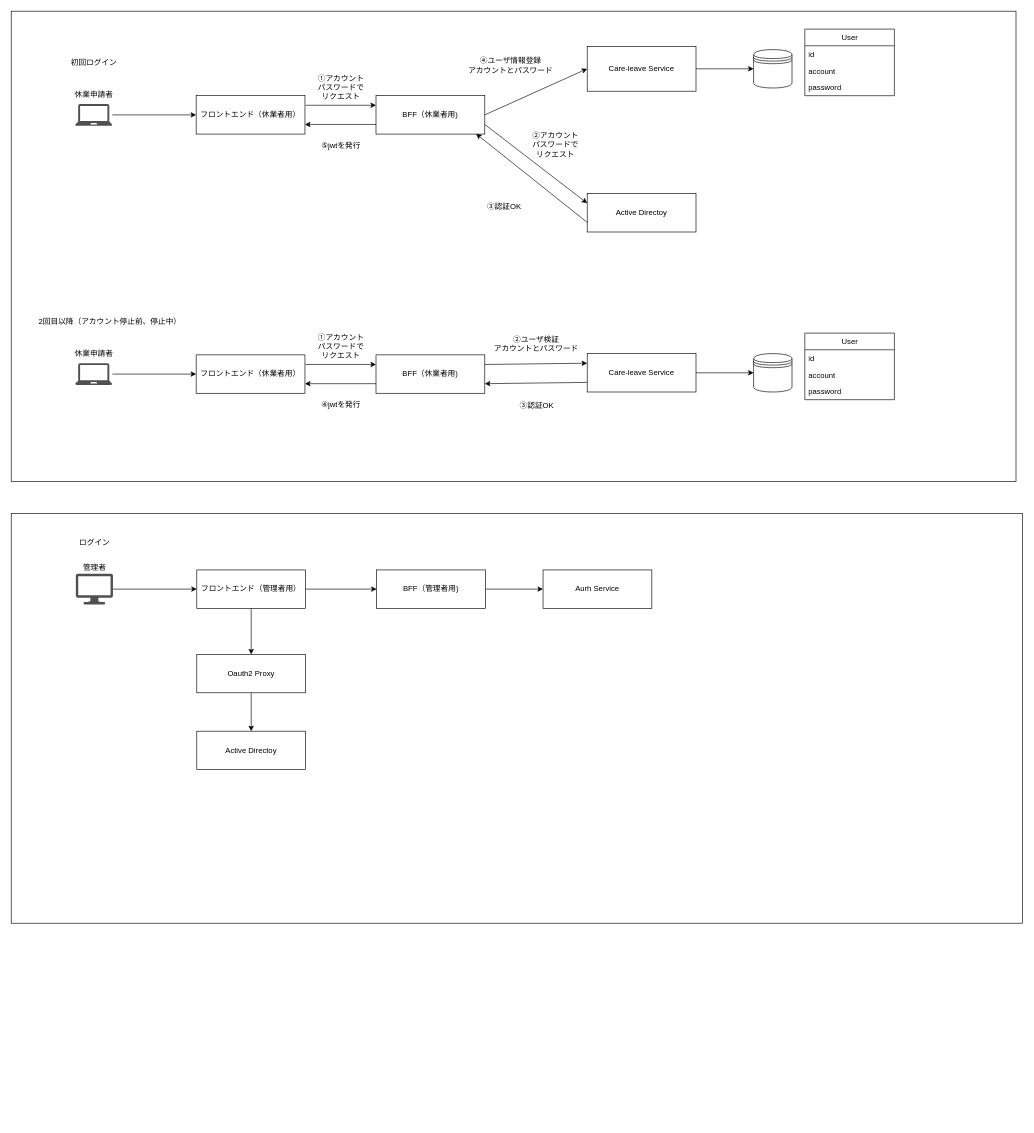
The draw.io diagram 衛生管理/認証方法.dio in Nke0628/document, before the edit. Source tidied: cells renumbered, new cells numbered last; positions are measured from the earlier drawing's top-left corner, leaving out a move shared by most shapes. Both pictures are drawn from the tidied source at 64%, with x=0, y=0 at pixel (11, 11).
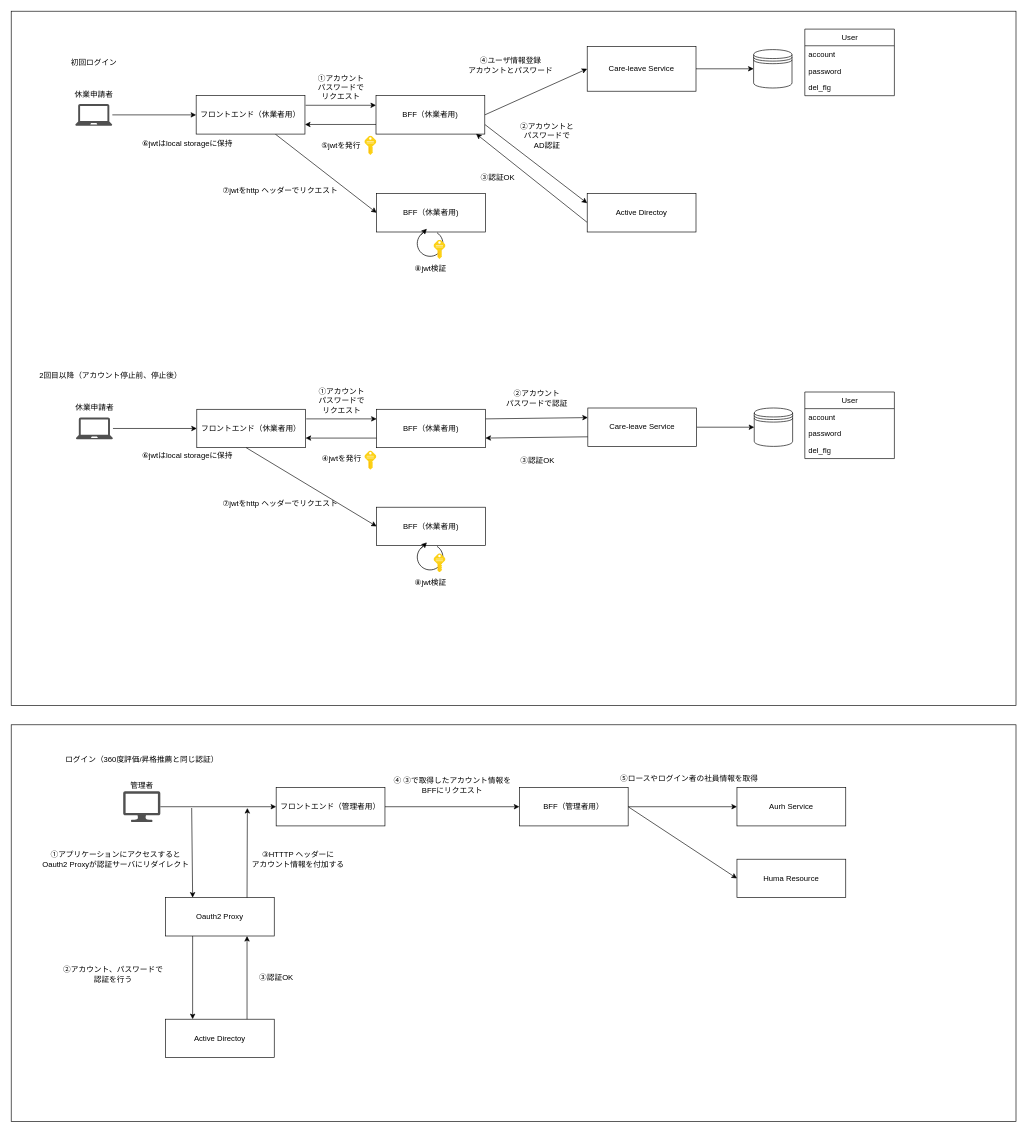
The same page after the edit.

Unchanged cells that the change refers to:
```xml
<mxCell id="11" value="フロントエンド（休業者用）" style="rounded=0;whiteSpace=wrap;html=1;" parent="1" vertex="1">
  <mxGeometry x="289" y="132" width="170" height="60" as="geometry" />
</mxCell>
<mxCell id="30" value="User" style="swimlane;fontStyle=0;horizontal=1;startSize=26;fillColor=none;html=1;" parent="1" vertex="1">
  <mxGeometry x="1240" y="28" width="140" height="104" as="geometry" />
</mxCell>
```

Change to the diagram source:
```diff
@@
-    <mxCell id="2" style="rounded=0;whiteSpace=wrap;html=1;" parent="1" vertex="1">
-      <mxGeometry y="785" width="1580" height="640" as="geometry" />
-    </mxCell>
     <mxCell id="3" style="rounded=0;whiteSpace=wrap;html=1;" parent="1" vertex="1">
-      <mxGeometry width="1570" height="735" as="geometry" />
+      <mxGeometry width="1570" height="1085" as="geometry" />
     </mxCell>
@@
-    <mxCell id="7" style="edgeStyle=none;html=1;" parent="1" edge="1" source="8" target="19">
-      <mxGeometry relative="1" as="geometry" />
-    </mxCell>
-    <mxCell id="8" style="sketch=0;shadow=0;dashed=0;html=1;strokeColor=none;fillColor=#505050;labelPosition=center;verticalLabelPosition=bottom;verticalAlign=top;outlineConnect=0;align=center;shape=mxgraph.office.devices.lcd_monitor;" parent="1" vertex="1">
-      <mxGeometry x="101" y="879" width="58" height="48" as="geometry" />
-    </mxCell>
-    <mxCell id="9" value="管理者" style="text;html=1;align=center;verticalAlign=middle;strokeColor=none;fillColor=none;" parent="1" vertex="1">
-      <mxGeometry x="100" y="855" width="60" height="30" as="geometry" />
-    </mxCell>
@@
+    <mxCell id="62" style="edgeStyle=none;html=1;entryX=0;entryY=0.5;entryDx=0;entryDy=0;" parent="1" edge="1" source="11" target="63">
+      <mxGeometry relative="1" as="geometry" />
+    </mxCell>
@@
-    <mxCell id="12" style="edgeStyle=none;html=1;entryX=0.5;entryY=0;entryDx=0;entryDy=0;" parent="1" edge="1" target="14">
-      <mxGeometry relative="1" as="geometry">
-        <mxPoint x="375" y="933" as="sourcePoint" />
-      </mxGeometry>
-    </mxCell>
-    <mxCell id="13" style="edgeStyle=none;html=1;entryX=0.5;entryY=0;entryDx=0;entryDy=0;" parent="1" edge="1" source="14" target="15">
-      <mxGeometry relative="1" as="geometry" />
-    </mxCell>
-    <mxCell id="14" value="Oauth2 Proxy" style="rounded=0;whiteSpace=wrap;html=1;" parent="1" vertex="1">
-      <mxGeometry x="290" y="1005" width="170" height="60" as="geometry" />
-    </mxCell>
-    <mxCell id="15" value="Active Directoy" style="rounded=0;whiteSpace=wrap;html=1;" parent="1" vertex="1">
-      <mxGeometry x="290" y="1125" width="170" height="60" as="geometry" />
-    </mxCell>
-    <mxCell id="16" style="edgeStyle=none;html=1;entryX=0;entryY=0.5;entryDx=0;entryDy=0;" parent="1" edge="1" source="17" target="20">
-      <mxGeometry relative="1" as="geometry" />
-    </mxCell>
-    <mxCell id="17" value="BFF（管理者用)" style="rounded=0;whiteSpace=wrap;html=1;" parent="1" vertex="1">
-      <mxGeometry x="571" y="873" width="170" height="60" as="geometry" />
-    </mxCell>
-    <mxCell id="18" style="edgeStyle=none;html=1;entryX=0;entryY=0.5;entryDx=0;entryDy=0;" parent="1" edge="1" source="19" target="17">
-      <mxGeometry relative="1" as="geometry" />
-    </mxCell>
-    <mxCell id="19" value="フロントエンド（管理者用）" style="rounded=0;whiteSpace=wrap;html=1;" parent="1" vertex="1">
-      <mxGeometry x="290" y="873" width="170" height="60" as="geometry" />
-    </mxCell>
-    <mxCell id="20" value="Aurh Service" style="rounded=0;whiteSpace=wrap;html=1;" parent="1" vertex="1">
-      <mxGeometry x="831" y="873" width="170" height="60" as="geometry" />
-    </mxCell>
@@
-    <mxCell id="31" value="id" style="text;strokeColor=none;fillColor=none;align=left;verticalAlign=top;spacingLeft=4;spacingRight=4;overflow=hidden;whiteSpace=wrap;html=1;" parent="30" vertex="1">
+    <mxCell id="31" value="account" style="text;strokeColor=none;fillColor=none;align=left;verticalAlign=top;spacingLeft=4;spacingRight=4;overflow=hidden;whiteSpace=wrap;html=1;" parent="30" vertex="1">
       <mxGeometry y="26" width="140" height="26" as="geometry" />
     </mxCell>
-    <mxCell id="32" value="account" style="text;strokeColor=none;fillColor=none;align=left;verticalAlign=top;spacingLeft=4;spacingRight=4;overflow=hidden;whiteSpace=wrap;html=1;" parent="30" vertex="1">
+    <mxCell id="32" value="password" style="text;strokeColor=none;fillColor=none;align=left;verticalAlign=top;spacingLeft=4;spacingRight=4;overflow=hidden;whiteSpace=wrap;html=1;" parent="30" vertex="1">
       <mxGeometry y="52" width="140" height="26" as="geometry" />
     </mxCell>
-    <mxCell id="33" value="password" style="text;strokeColor=none;fillColor=none;align=left;verticalAlign=top;spacingLeft=4;spacingRight=4;overflow=hidden;whiteSpace=wrap;html=1;" parent="30" vertex="1">
+    <mxCell id="33" value="del_flg" style="text;strokeColor=none;fillColor=none;align=left;verticalAlign=top;spacingLeft=4;spacingRight=4;overflow=hidden;whiteSpace=wrap;html=1;" parent="30" vertex="1">
       <mxGeometry y="78" width="140" height="26" as="geometry" />
     </mxCell>
@@
-    <mxCell id="36" value="②アカウント&lt;br&gt;パスワードで&lt;br&gt;リクエスト" style="text;html=1;align=center;verticalAlign=middle;strokeColor=none;fillColor=none;" parent="1" vertex="1">
-      <mxGeometry x="800" y="179" width="100" height="60" as="geometry" />
+    <mxCell id="36" value="②アカウントと&lt;br&gt;パスワードで&lt;br&gt;AD認証" style="text;html=1;align=center;verticalAlign=middle;strokeColor=none;fillColor=none;" parent="1" vertex="1">
+      <mxGeometry x="782" y="165" width="110" height="60" as="geometry" />
     </mxCell>
     <mxCell id="37" value="③認証OK" style="text;html=1;align=center;verticalAlign=middle;strokeColor=none;fillColor=none;" parent="1" vertex="1">
-      <mxGeometry x="730" y="290" width="80" height="30" as="geometry" />
+      <mxGeometry x="720" y="245" width="80" height="30" as="geometry" />
     </mxCell>
@@
     <mxCell id="41" style="sketch=0;shadow=0;dashed=0;html=1;strokeColor=none;fillColor=#505050;labelPosition=center;verticalLabelPosition=bottom;verticalAlign=top;outlineConnect=0;align=center;shape=mxgraph.office.devices.laptop;" parent="1" vertex="1">
-      <mxGeometry x="100" y="550" width="58" height="34" as="geometry" />
+      <mxGeometry x="101" y="635" width="58" height="34" as="geometry" />
     </mxCell>
     <mxCell id="42" value="休業申請者" style="text;html=1;align=center;verticalAlign=middle;strokeColor=none;fillColor=none;" parent="1" vertex="1">
-      <mxGeometry x="89" y="520" width="80" height="30" as="geometry" />
+      <mxGeometry x="90" y="605" width="80" height="30" as="geometry" />
     </mxCell>
     <mxCell id="43" style="edgeStyle=none;html=1;entryX=0;entryY=0.25;entryDx=0;entryDy=0;" parent="1" edge="1" target="47">
       <mxGeometry relative="1" as="geometry">
-        <mxPoint x="460" y="552" as="sourcePoint" />
+        <mxPoint x="461" y="637" as="sourcePoint" />
       </mxGeometry>
     </mxCell>
     <mxCell id="44" value="フロントエンド（休業者用）" style="rounded=0;whiteSpace=wrap;html=1;" parent="1" vertex="1">
-      <mxGeometry x="289" y="537" width="170" height="60" as="geometry" />
+      <mxGeometry x="290" y="622" width="170" height="60" as="geometry" />
     </mxCell>
@@
     <mxCell id="47" value="BFF（休業者用)" style="rounded=0;whiteSpace=wrap;html=1;" parent="1" vertex="1">
-      <mxGeometry x="570" y="537" width="170" height="60" as="geometry" />
+      <mxGeometry x="571" y="622" width="170" height="60" as="geometry" />
     </mxCell>
@@
     <mxCell id="50" value="Care-leave Service" style="rounded=0;whiteSpace=wrap;html=1;" parent="1" vertex="1">
-      <mxGeometry x="900" y="535" width="170" height="60" as="geometry" />
+      <mxGeometry x="901" y="620" width="170" height="60" as="geometry" />
     </mxCell>
     <mxCell id="51" style="shape=datastore;whiteSpace=wrap;html=1;" parent="1" vertex="1">
-      <mxGeometry x="1160" y="535" width="60" height="60" as="geometry" />
+      <mxGeometry x="1161" y="620" width="60" height="60" as="geometry" />
     </mxCell>
-    <mxCell id="52" value="User" style="swimlane;fontStyle=0;horizontal=1;startSize=26;fillColor=none;html=1;" parent="1" vertex="1">
-      <mxGeometry x="1240" y="503" width="140" height="104" as="geometry" />
-    </mxCell>
-    <mxCell id="53" value="id" style="text;strokeColor=none;fillColor=none;align=left;verticalAlign=top;spacingLeft=4;spacingRight=4;overflow=hidden;whiteSpace=wrap;html=1;" parent="52" vertex="1">
-      <mxGeometry y="26" width="140" height="26" as="geometry" />
-    </mxCell>
-    <mxCell id="54" value="account" style="text;strokeColor=none;fillColor=none;align=left;verticalAlign=top;spacingLeft=4;spacingRight=4;overflow=hidden;whiteSpace=wrap;html=1;" parent="52" vertex="1">
-      <mxGeometry y="52" width="140" height="26" as="geometry" />
-    </mxCell>
-    <mxCell id="55" value="password" style="text;strokeColor=none;fillColor=none;align=left;verticalAlign=top;spacingLeft=4;spacingRight=4;overflow=hidden;whiteSpace=wrap;html=1;" parent="52" vertex="1">
-      <mxGeometry y="78" width="140" height="26" as="geometry" />
-    </mxCell>
     <mxCell id="56" value="①アカウント&lt;br&gt;パスワードで&lt;br&gt;リクエスト" style="text;html=1;align=center;verticalAlign=middle;strokeColor=none;fillColor=none;" parent="1" vertex="1">
-      <mxGeometry x="465" y="494" width="100" height="60" as="geometry" />
+      <mxGeometry x="466" y="579" width="100" height="60" as="geometry" />
     </mxCell>
     <mxCell id="57" value="④jwtを発行" style="text;html=1;align=center;verticalAlign=middle;strokeColor=none;fillColor=none;" parent="1" vertex="1">
-      <mxGeometry x="470" y="600" width="90" height="30" as="geometry" />
+      <mxGeometry x="471" y="685" width="90" height="30" as="geometry" />
     </mxCell>
-    <mxCell id="58" value="②ユーザ検証&lt;br&gt;アカウントとパスワード" style="text;html=1;align=center;verticalAlign=middle;strokeColor=none;fillColor=none;" parent="1" vertex="1">
-      <mxGeometry x="740" y="500" width="160" height="40" as="geometry" />
+    <mxCell id="58" value="②アカウント&lt;br&gt;パスワードで認証" style="text;html=1;align=center;verticalAlign=middle;strokeColor=none;fillColor=none;" parent="1" vertex="1">
+      <mxGeometry x="761" y="585" width="120" height="40" as="geometry" />
     </mxCell>
-    <mxCell id="59" value="2回目以降（アカウント停止前、停止中）" style="text;html=1;align=center;verticalAlign=middle;strokeColor=none;fillColor=none;" parent="1" vertex="1">
-      <mxGeometry x="29" y="470" width="250" height="30" as="geometry" />
+    <mxCell id="59" value="2回目以降（アカウント停止前、停止後）" style="text;html=1;align=center;verticalAlign=middle;strokeColor=none;fillColor=none;" parent="1" vertex="1">
+      <mxGeometry x="30" y="555" width="250" height="30" as="geometry" />
     </mxCell>
-    <mxCell id="60" value="ログイン" style="text;html=1;align=center;verticalAlign=middle;strokeColor=none;fillColor=none;" parent="1" vertex="1">
-      <mxGeometry x="95" y="815" width="70" height="30" as="geometry" />
-    </mxCell>
     <mxCell id="61" value="③認証OK" style="text;html=1;align=center;verticalAlign=middle;strokeColor=none;fillColor=none;" parent="1" vertex="1">
-      <mxGeometry x="781" y="602" width="80" height="30" as="geometry" />
+      <mxGeometry x="782" y="687" width="80" height="30" as="geometry" />
     </mxCell>
+    <mxCell id="63" value="BFF（休業者用)" style="rounded=0;whiteSpace=wrap;html=1;" parent="1" vertex="1">
+      <mxGeometry x="571" y="285" width="170" height="60" as="geometry" />
+    </mxCell>
+    <mxCell id="64" value="⑥jwtはlocal storageに保持" style="text;html=1;align=center;verticalAlign=middle;strokeColor=none;fillColor=none;" parent="1" vertex="1">
+      <mxGeometry x="190" y="192" width="170" height="30" as="geometry" />
+    </mxCell>
+    <mxCell id="65" value="⑦jwtをhttp ヘッダーでリクエスト" style="text;html=1;align=center;verticalAlign=middle;strokeColor=none;fillColor=none;" parent="1" vertex="1">
+      <mxGeometry x="320" y="265" width="200" height="30" as="geometry" />
+    </mxCell>
+    <mxCell id="66" style="sketch=0;html=1;align=center;image;fontSize=12;image=img/lib/mscae/Key.svg;" parent="1" vertex="1">
+      <mxGeometry x="552.4" y="195" width="18.6" height="30" as="geometry" />
+    </mxCell>
+    <mxCell id="67" style="group;" parent="1" vertex="1">
+      <mxGeometry x="630" y="338.5" width="49" height="49" as="geometry" />
+    </mxCell>
+    <mxCell id="68" style="verticalLabelPosition=bottom;verticalAlign=top;html=1;shape=mxgraph.basic.arc;startAngle=0.3;endAngle=0.14281833835372143;rotation=-75;" parent="67" vertex="1">
+      <mxGeometry x="4.5" y="4.5" width="40" height="40" as="geometry" />
+    </mxCell>
+    <mxCell id="69" style="endArrow=classic;html=1;" parent="67" edge="1">
+      <mxGeometry relative="1" as="geometry">
+        <mxPoint x="9.5" y="11.5" as="sourcePoint" />
+        <mxPoint x="19.5" y="1.5" as="targetPoint" />
+      </mxGeometry>
+    </mxCell>
+    <mxCell id="70" style="sketch=0;html=1;align=center;image;fontSize=12;image=img/lib/mscae/Key.svg;" parent="67" vertex="1">
+      <mxGeometry x="30.4" y="19" width="18.6" height="30" as="geometry" />
+    </mxCell>
+    <mxCell id="71" value="⑧jwt検証" style="text;html=1;align=center;verticalAlign=middle;strokeColor=none;fillColor=none;" parent="1" vertex="1">
+      <mxGeometry x="620" y="387.5" width="70" height="30" as="geometry" />
+    </mxCell>
+    <mxCell id="72" style="edgeStyle=none;html=1;entryX=0;entryY=0.5;entryDx=0;entryDy=0;" parent="1" edge="1" target="73">
+      <mxGeometry relative="1" as="geometry">
+        <mxPoint x="367.1" y="682" as="sourcePoint" />
+      </mxGeometry>
+    </mxCell>
+    <mxCell id="73" value="BFF（休業者用)" style="rounded=0;whiteSpace=wrap;html=1;" parent="1" vertex="1">
+      <mxGeometry x="571" y="775" width="170" height="60" as="geometry" />
+    </mxCell>
+    <mxCell id="74" value="⑥jwtはlocal storageに保持" style="text;html=1;align=center;verticalAlign=middle;strokeColor=none;fillColor=none;" parent="1" vertex="1">
+      <mxGeometry x="190" y="680" width="170" height="30" as="geometry" />
+    </mxCell>
+    <mxCell id="75" value="⑦jwtをhttp ヘッダーでリクエスト" style="text;html=1;align=center;verticalAlign=middle;strokeColor=none;fillColor=none;" parent="1" vertex="1">
+      <mxGeometry x="320" y="755" width="200" height="30" as="geometry" />
+    </mxCell>
+    <mxCell id="76" style="sketch=0;html=1;align=center;image;fontSize=12;image=img/lib/mscae/Key.svg;" parent="1" vertex="1">
+      <mxGeometry x="552.4" y="687" width="18.6" height="30" as="geometry" />
+    </mxCell>
+    <mxCell id="77" style="group;" parent="1" vertex="1">
+      <mxGeometry x="630" y="828.5" width="49" height="49" as="geometry" />
+    </mxCell>
+    <mxCell id="78" style="verticalLabelPosition=bottom;verticalAlign=top;html=1;shape=mxgraph.basic.arc;startAngle=0.3;endAngle=0.14281833835372143;rotation=-75;" parent="77" vertex="1">
+      <mxGeometry x="4.5" y="4.5" width="40" height="40" as="geometry" />
+    </mxCell>
+    <mxCell id="79" style="endArrow=classic;html=1;" parent="77" edge="1">
+      <mxGeometry relative="1" as="geometry">
+        <mxPoint x="9.5" y="11.5" as="sourcePoint" />
+        <mxPoint x="19.5" y="1.5" as="targetPoint" />
+      </mxGeometry>
+    </mxCell>
+    <mxCell id="80" style="sketch=0;html=1;align=center;image;fontSize=12;image=img/lib/mscae/Key.svg;" parent="77" vertex="1">
+      <mxGeometry x="30.4" y="19" width="18.6" height="30" as="geometry" />
+    </mxCell>
+    <mxCell id="81" value="⑧jwt検証" style="text;html=1;align=center;verticalAlign=middle;strokeColor=none;fillColor=none;" parent="1" vertex="1">
+      <mxGeometry x="620" y="877.5" width="70" height="30" as="geometry" />
+    </mxCell>
+    <mxCell id="52" value="User" style="swimlane;fontStyle=0;horizontal=1;startSize=26;fillColor=none;html=1;" parent="1" vertex="1">
+      <mxGeometry x="1240" y="595" width="140" height="104" as="geometry" />
+    </mxCell>
+    <mxCell id="54" value="account" style="text;strokeColor=none;fillColor=none;align=left;verticalAlign=top;spacingLeft=4;spacingRight=4;overflow=hidden;whiteSpace=wrap;html=1;" parent="52" vertex="1">
+      <mxGeometry y="26" width="140" height="26" as="geometry" />
+    </mxCell>
+    <mxCell id="55" value="password" style="text;strokeColor=none;fillColor=none;align=left;verticalAlign=top;spacingLeft=4;spacingRight=4;overflow=hidden;whiteSpace=wrap;html=1;" parent="52" vertex="1">
+      <mxGeometry y="52" width="140" height="26" as="geometry" />
+    </mxCell>
+    <mxCell id="82" value="del_flg" style="text;strokeColor=none;fillColor=none;align=left;verticalAlign=top;spacingLeft=4;spacingRight=4;overflow=hidden;whiteSpace=wrap;html=1;" parent="52" vertex="1">
+      <mxGeometry y="78" width="140" height="26" as="geometry" />
+    </mxCell>
+    <mxCell id="83" style="rounded=0;whiteSpace=wrap;html=1;" parent="1" vertex="1">
+      <mxGeometry y="1115" width="1570" height="620" as="geometry" />
+    </mxCell>
+    <mxCell id="84" style="edgeStyle=none;html=1;" parent="1" edge="1" source="85" target="19">
+      <mxGeometry relative="1" as="geometry" />
+    </mxCell>
+    <mxCell id="85" style="sketch=0;shadow=0;dashed=0;html=1;strokeColor=none;fillColor=#505050;labelPosition=center;verticalLabelPosition=bottom;verticalAlign=top;outlineConnect=0;align=center;shape=mxgraph.office.devices.lcd_monitor;" parent="1" vertex="1">
+      <mxGeometry x="175" y="1219" width="58" height="48" as="geometry" />
+    </mxCell>
+    <mxCell id="9" value="管理者" style="text;html=1;align=center;verticalAlign=middle;strokeColor=none;fillColor=none;" parent="1" vertex="1">
+      <mxGeometry x="174" y="1195" width="60" height="30" as="geometry" />
+    </mxCell>
+    <mxCell id="86" style="edgeStyle=none;html=1;entryX=0.25;entryY=0;entryDx=0;entryDy=0;" parent="1" edge="1" target="14">
+      <mxGeometry relative="1" as="geometry">
+        <mxPoint x="282" y="1245" as="sourcePoint" />
+      </mxGeometry>
+    </mxCell>
+    <mxCell id="13" style="edgeStyle=none;html=1;entryX=0.25;entryY=0;entryDx=0;entryDy=0;exitX=0.25;exitY=1;exitDx=0;exitDy=0;" parent="1" edge="1" source="14" target="15">
+      <mxGeometry relative="1" as="geometry" />
+    </mxCell>
+    <mxCell id="14" value="Oauth2 Proxy" style="rounded=0;whiteSpace=wrap;html=1;" parent="1" vertex="1">
+      <mxGeometry x="241" y="1385" width="170" height="60" as="geometry" />
+    </mxCell>
+    <mxCell id="15" value="Active Directoy" style="rounded=0;whiteSpace=wrap;html=1;" parent="1" vertex="1">
+      <mxGeometry x="241" y="1575" width="170" height="60" as="geometry" />
+    </mxCell>
+    <mxCell id="87" style="edgeStyle=none;html=1;entryX=0;entryY=0.5;entryDx=0;entryDy=0;" parent="1" edge="1" source="89" target="20">
+      <mxGeometry relative="1" as="geometry" />
+    </mxCell>
+    <mxCell id="88" style="edgeStyle=none;html=1;exitX=1;exitY=0.5;exitDx=0;exitDy=0;entryX=0;entryY=0.5;entryDx=0;entryDy=0;" parent="1" edge="1" source="89" target="100">
+      <mxGeometry relative="1" as="geometry" />
+    </mxCell>
+    <mxCell id="89" value="BFF（管理者用）" style="rounded=0;whiteSpace=wrap;html=1;" parent="1" vertex="1">
+      <mxGeometry x="794" y="1213" width="170" height="60" as="geometry" />
+    </mxCell>
+    <mxCell id="90" style="edgeStyle=none;html=1;entryX=0;entryY=0.5;entryDx=0;entryDy=0;exitX=1;exitY=0.5;exitDx=0;exitDy=0;" parent="1" edge="1" source="19" target="89">
+      <mxGeometry relative="1" as="geometry" />
+    </mxCell>
+    <mxCell id="19" value="フロントエンド（管理者用）" style="rounded=0;whiteSpace=wrap;html=1;" parent="1" vertex="1">
+      <mxGeometry x="414" y="1213" width="170" height="60" as="geometry" />
+    </mxCell>
+    <mxCell id="20" value="Aurh Service" style="rounded=0;whiteSpace=wrap;html=1;" parent="1" vertex="1">
+      <mxGeometry x="1134" y="1213" width="170" height="60" as="geometry" />
+    </mxCell>
+    <mxCell id="91" value="ログイン（360度評価/昇格推薦と同じ認証）" style="text;html=1;align=center;verticalAlign=middle;strokeColor=none;fillColor=none;" parent="1" vertex="1">
+      <mxGeometry x="74" y="1155" width="260" height="30" as="geometry" />
+    </mxCell>
+    <mxCell id="92" value="①アプリケーションにアクセスすると&lt;br&gt;Oauth2 Proxyが認証サーバにリダイレクト" style="text;html=1;align=center;verticalAlign=middle;strokeColor=none;fillColor=none;" parent="1" vertex="1">
+      <mxGeometry x="38" y="1305" width="250" height="40" as="geometry" />
+    </mxCell>
+    <mxCell id="93" value="②アカウント、パスワードで&lt;br&gt;認証を行う" style="text;html=1;align=center;verticalAlign=middle;strokeColor=none;fillColor=none;" parent="1" vertex="1">
+      <mxGeometry x="69" y="1485" width="180" height="40" as="geometry" />
+    </mxCell>
+    <mxCell id="94" value="③認証OK" style="text;html=1;align=center;verticalAlign=middle;strokeColor=none;fillColor=none;" parent="1" vertex="1">
+      <mxGeometry x="374" y="1495" width="80" height="30" as="geometry" />
+    </mxCell>
+    <mxCell id="95" style="endArrow=classic;html=1;exitX=0.75;exitY=0;exitDx=0;exitDy=0;entryX=0.75;entryY=1;entryDx=0;entryDy=0;" parent="1" edge="1" source="15" target="14">
+      <mxGeometry relative="1" as="geometry" />
+    </mxCell>
+    <mxCell id="96" value="③HTTTP ヘッダーに&lt;br&gt;アカウント情報を付加する" style="text;html=1;align=center;verticalAlign=middle;strokeColor=none;fillColor=none;" parent="1" vertex="1">
+      <mxGeometry x="363" y="1305" width="170" height="40" as="geometry" />
+    </mxCell>
+    <mxCell id="97" style="endArrow=classic;html=1;exitX=0.75;exitY=0;exitDx=0;exitDy=0;" parent="1" edge="1" source="14">
+      <mxGeometry relative="1" as="geometry">
+        <mxPoint x="369" y="1245" as="targetPoint" />
+      </mxGeometry>
+    </mxCell>
+    <mxCell id="98" value="④ ③で取得したアカウント情報を&lt;br&gt;BFFにリクエスト" style="text;html=1;align=center;verticalAlign=middle;strokeColor=none;fillColor=none;" parent="1" vertex="1">
+      <mxGeometry x="584" y="1190" width="210" height="40" as="geometry" />
+    </mxCell>
+    <mxCell id="99" value="⑤ロースやログイン者の社員情報を取得" style="text;html=1;align=center;verticalAlign=middle;strokeColor=none;fillColor=none;" parent="1" vertex="1">
+      <mxGeometry x="939" y="1184" width="240" height="30" as="geometry" />
+    </mxCell>
+    <mxCell id="100" value="Huma Resource" style="rounded=0;whiteSpace=wrap;html=1;" parent="1" vertex="1">
+      <mxGeometry x="1134" y="1325" width="170" height="60" as="geometry" />
+    </mxCell>
```
